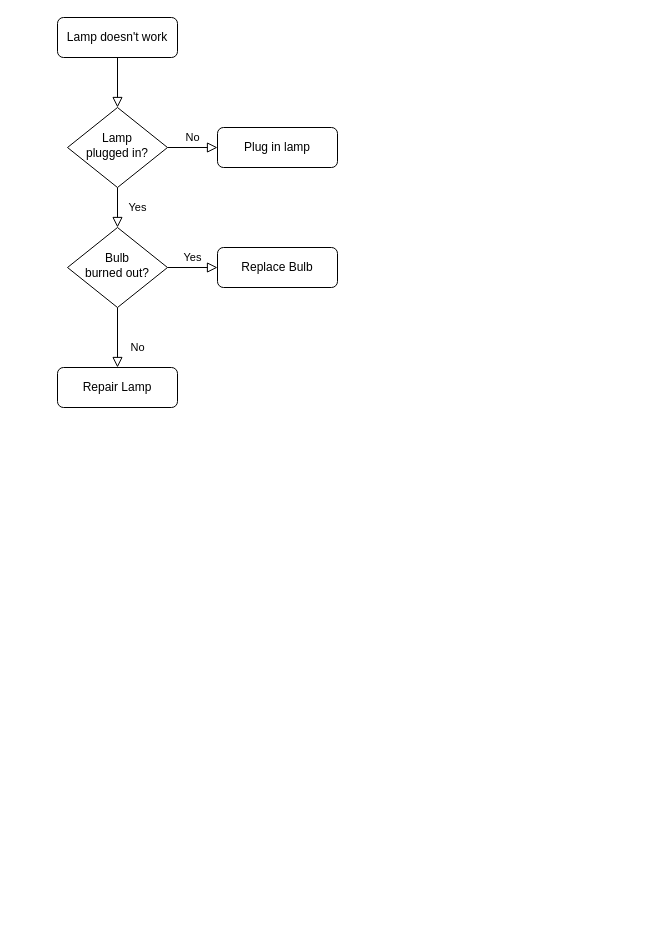
Earlier version of the draw.io diagram page "Page-1" (1 of 3) of Diagrama sin título.drawio (eduvina691/Programacion2025). Source tidied: cells renumbered, new cells numbered last; positions are measured from the earlier drawing's top-left corner, leaving out a move shared by most shapes. Both pictures are drawn from the tidied source at 100%, with x=0, y=0 at pixel (57, 17).
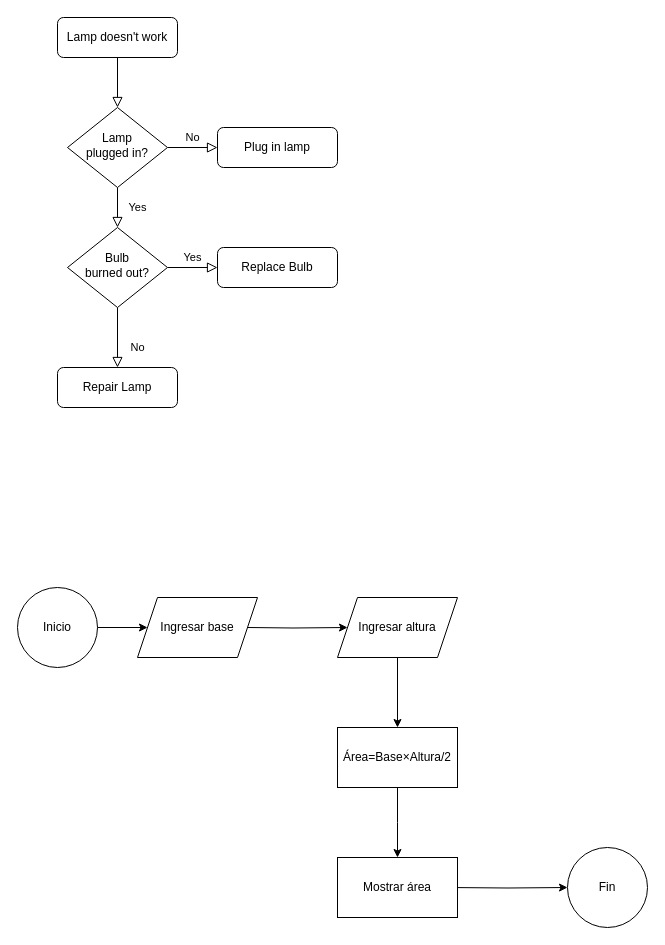
The same diagram, later.

Diff of the diagram source:
```diff
@@
+    <mxCell id="13" value="Inicio" style="ellipse;whiteSpace=wrap;html=1;" parent="1" vertex="1">
+      <mxGeometry x="-40" y="570" width="80" height="80" as="geometry" />
+    </mxCell>
+    <mxCell id="14" style="endArrow=classic;html=1;rounded=0;exitX=1;exitY=0.5;exitDx=0;exitDy=0;" parent="1" edge="1" source="13">
+      <mxGeometry relative="1" as="geometry">
+        <mxPoint x="90" y="610" as="targetPoint" />
+      </mxGeometry>
+    </mxCell>
+    <mxCell id="15" style="edgeStyle=orthogonalEdgeStyle;rounded=0;jettySize=auto;html=1;" parent="1" edge="1" target="17">
+      <mxGeometry relative="1" as="geometry">
+        <mxPoint x="190" y="610" as="sourcePoint" />
+      </mxGeometry>
+    </mxCell>
+    <mxCell id="16" style="edgeStyle=orthogonalEdgeStyle;rounded=0;jettySize=auto;html=1;" parent="1" edge="1" source="17" target="19">
+      <mxGeometry relative="1" as="geometry" />
+    </mxCell>
+    <mxCell id="17" value="&lt;br&gt;Ingresar altura&lt;div&gt;&lt;br/&gt;&lt;/div&gt;" style="shape=parallelogram;perimeter=parallelogramPerimeter;whiteSpace=wrap;html=1;fixedSize=1;" parent="1" vertex="1">
+      <mxGeometry x="280" y="580" width="120" height="60" as="geometry" />
+    </mxCell>
+    <mxCell id="18" style="edgeStyle=orthogonalEdgeStyle;rounded=0;jettySize=auto;html=1;" parent="1" edge="1" source="19">
+      <mxGeometry relative="1" as="geometry">
+        <mxPoint x="340" y="840" as="targetPoint" />
+      </mxGeometry>
+    </mxCell>
+    <mxCell id="19" value="&lt;span class=&quot;base&quot;&gt;&lt;span class=&quot;mord text&quot;&gt;&lt;span class=&quot;mord&quot;&gt;Área&lt;/span&gt;&lt;/span&gt;&lt;span class=&quot;mspace&quot;&gt;&lt;/span&gt;&lt;span class=&quot;mrel&quot;&gt;=&lt;/span&gt;&lt;/span&gt;&lt;span class=&quot;base&quot;&gt;&lt;span class=&quot;mord&quot;&gt;&lt;span class=&quot;mfrac&quot;&gt;&lt;span class=&quot;vlist-t vlist-t2&quot;&gt;&lt;span class=&quot;vlist-r&quot;&gt;&lt;span class=&quot;vlist&quot;&gt;&lt;span class=&quot;sizing reset-size6 size3 mtight&quot;&gt;&lt;span class=&quot;mord mtight&quot;&gt;&lt;span class=&quot;mord text mtight&quot;&gt;&lt;span class=&quot;mord mtight&quot;&gt;Base&lt;/span&gt;&lt;/span&gt;&lt;span class=&quot;mbin mtight&quot;&gt;×&lt;/span&gt;&lt;span class=&quot;mord text mtight&quot;&gt;&lt;span class=&quot;mord mtight&quot;&gt;Altura/2&lt;/span&gt;&lt;/span&gt;&lt;/span&gt;&lt;/span&gt;&lt;/span&gt;&lt;span class=&quot;vlist-s&quot;&gt;&lt;/span&gt;&lt;/span&gt;&lt;span class=&quot;vlist-r&quot;&gt;&lt;span class=&quot;vlist&quot;&gt;&lt;/span&gt;&lt;/span&gt;&lt;/span&gt;&lt;/span&gt;&lt;span class=&quot;mclose nulldelimiter&quot;&gt;&lt;/span&gt;&lt;/span&gt;&lt;/span&gt;" style="whiteSpace=wrap;html=1;" parent="1" vertex="1">
+      <mxGeometry x="280" y="710" width="120" height="60" as="geometry" />
+    </mxCell>
+    <mxCell id="20" style="edgeStyle=orthogonalEdgeStyle;rounded=0;jettySize=auto;html=1;" parent="1" edge="1" target="21">
+      <mxGeometry relative="1" as="geometry">
+        <mxPoint x="390" y="870" as="sourcePoint" />
+      </mxGeometry>
+    </mxCell>
+    <mxCell id="21" value="Fin" style="ellipse;whiteSpace=wrap;html=1;" parent="1" vertex="1">
+      <mxGeometry x="510" y="830" width="80" height="80" as="geometry" />
+    </mxCell>
+    <mxCell id="22" value="Mostrar área" style="rounded=0;whiteSpace=wrap;html=1;" parent="1" vertex="1">
+      <mxGeometry x="280" y="840" width="120" height="60" as="geometry" />
+    </mxCell>
+    <mxCell id="23" value="Ingresar base" style="shape=parallelogram;perimeter=parallelogramPerimeter;whiteSpace=wrap;html=1;fixedSize=1;" parent="1" vertex="1">
+      <mxGeometry x="80" y="580" width="120" height="60" as="geometry" />
+    </mxCell>
```
